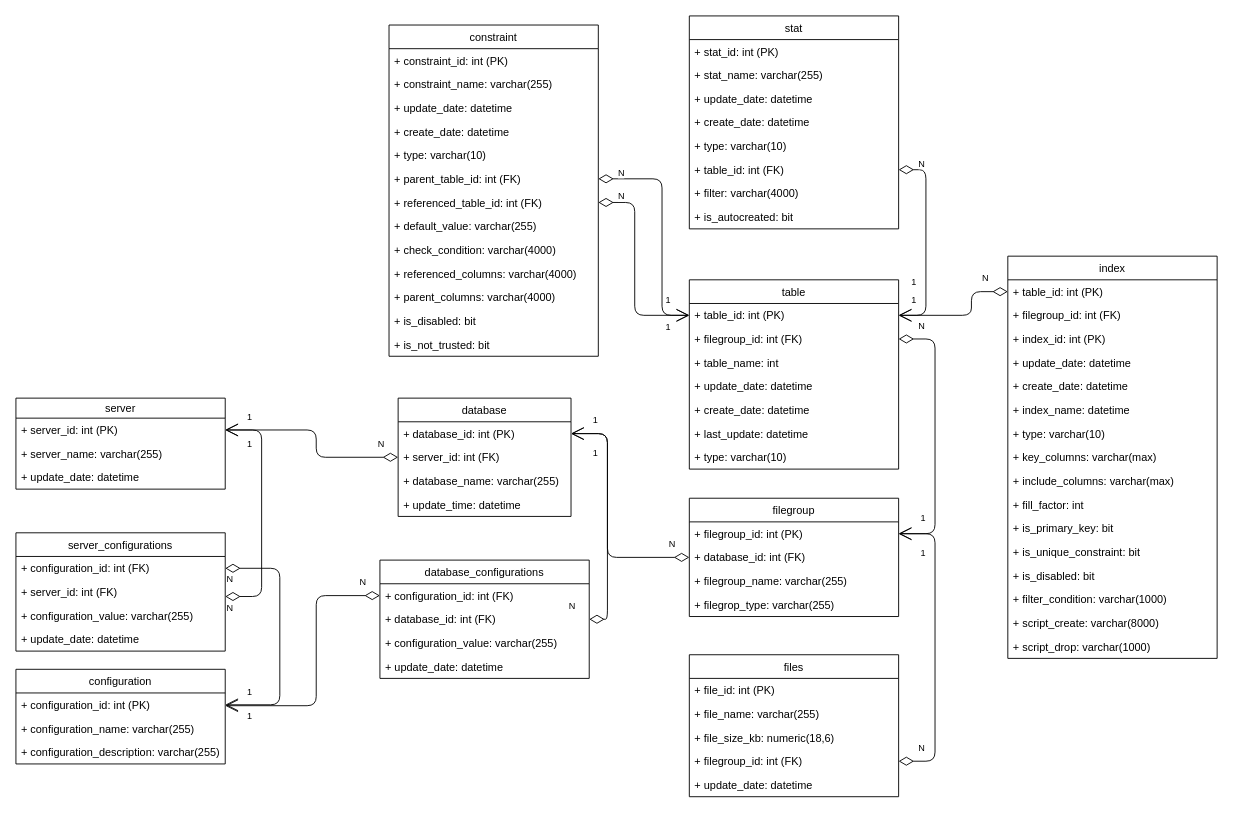
Earlier version of the draw.io diagram mer/MER.drawio (adrianhideki/sindex). Source tidied: cells renumbered, new cells numbered last; positions are measured from the earlier drawing's top-left corner, leaving out a move shared by most shapes. Both pictures are drawn from the tidied source at 91%, with x=0, y=0 at pixel (15, 15).
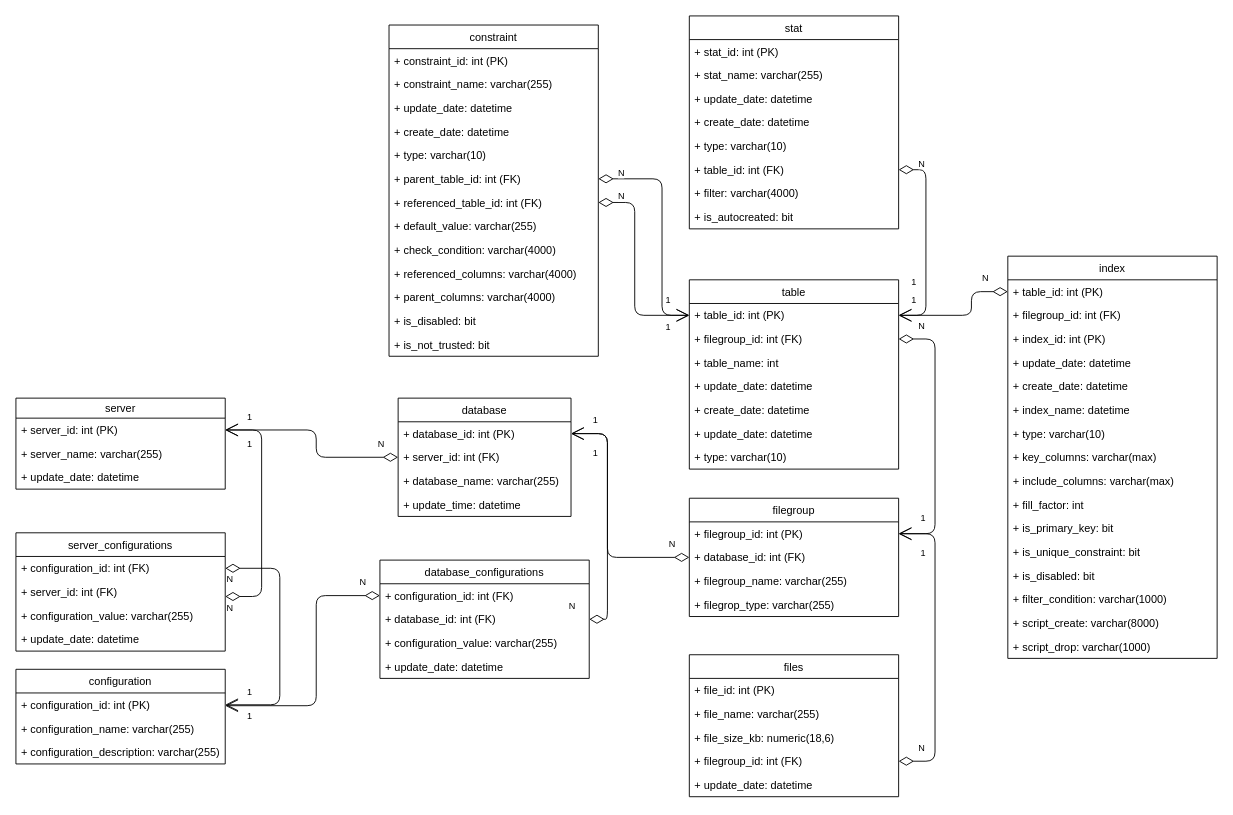
The same page after the edit.

Commit message (it also covers changes not shown here):
Atualização no MER

The change refers to these unchanged cells:
```xml
<mxCell id="57" value="table" style="swimlane;fontStyle=0;horizontal=1;startSize=26;fillColor=none;" parent="1" vertex="1">
  <mxGeometry x="740" y="290" width="230" height="208" as="geometry" />
</mxCell>
```

What changed in the source:
```diff
@@
-    <mxCell id="63" value="+ last_update: datetime" style="text;strokeColor=none;fillColor=none;align=left;verticalAlign=top;spacingLeft=4;spacingRight=4;overflow=hidden;" parent="57" vertex="1">
+    <mxCell id="63" value="+ update_date: datetime" style="text;strokeColor=none;fillColor=none;align=left;verticalAlign=top;spacingLeft=4;spacingRight=4;overflow=hidden;" parent="57" vertex="1">
       <mxGeometry y="156" width="230" height="26" as="geometry" />
     </mxCell>
```
